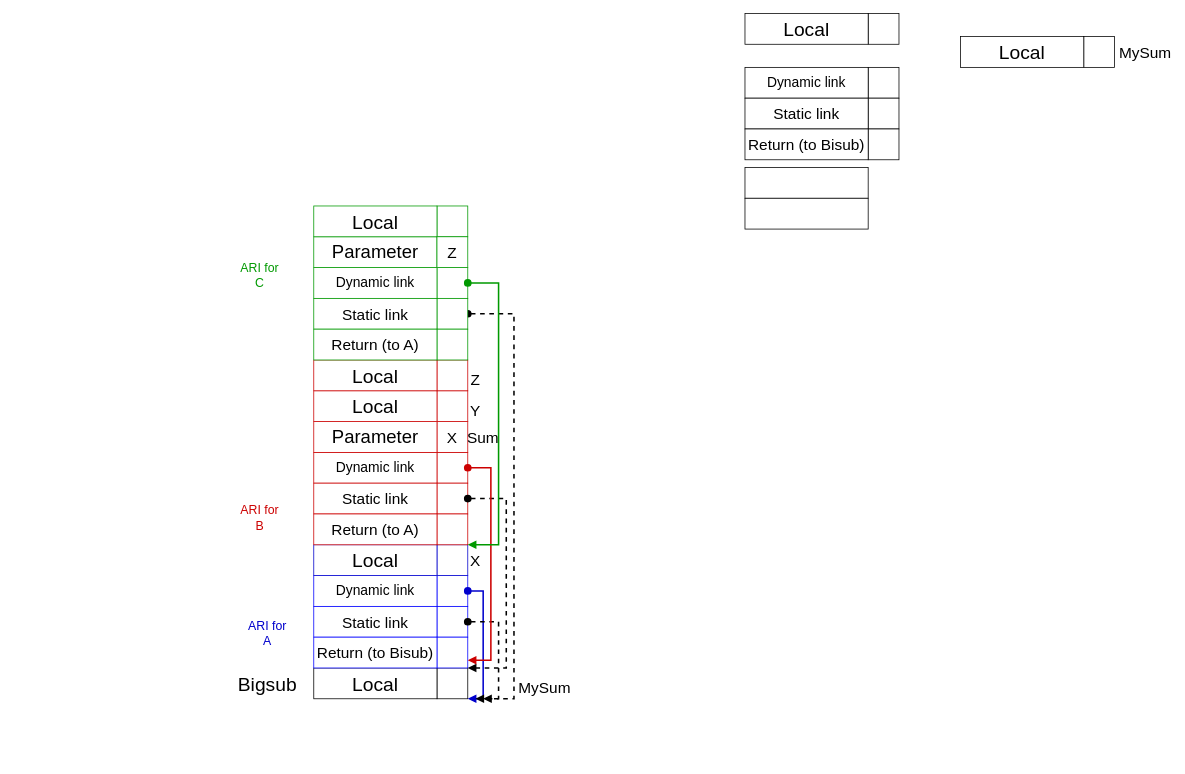
The draw.io diagram ActivationRecord.drawio in IgorBCode/cv, before the edit. Source tidied: cells renumbered, new cells numbered last; positions are measured from the earlier drawing's top-left corner, leaving out a move shared by most shapes. Both pictures are drawn from the tidied source at 77%, with x=0, y=0 at pixel (236, 13).
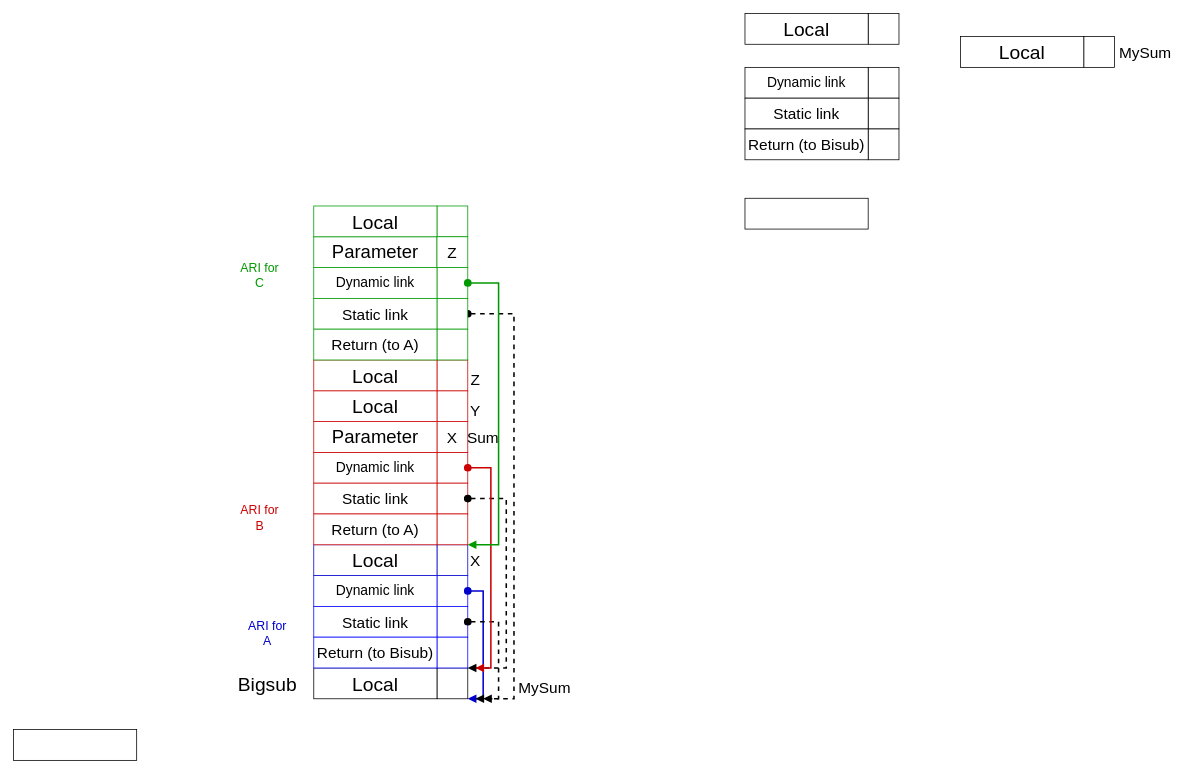
The same diagram, later.

The change refers to these unchanged cells:
```xml
<mxCell id="22" style="rounded=0;whiteSpace=wrap;html=1;strokeColor=#0000FF;" parent="1" vertex="1">
  <mxGeometry x="260" y="810" width="40" height="40" as="geometry" />
</mxCell>
<mxCell id="31" style="rounded=0;whiteSpace=wrap;html=1;strokeColor=#CC0000;" parent="1" vertex="1">
  <mxGeometry x="260" y="570" width="40" height="40" as="geometry" />
</mxCell>
```

What changed in the source:
```diff
@@
     <mxCell id="27" style="rounded=0;whiteSpace=wrap;html=1;" parent="1" vertex="1">
-      <mxGeometry x="660" y="200" width="160" height="40" as="geometry" />
+      <mxGeometry x="-290" y="930" width="160" height="40" as="geometry" />
     </mxCell>
@@
-    <mxCell id="43" style="html=1;verticalAlign=bottom;startArrow=oval;startFill=1;endArrow=block;startSize=8;curved=0;rounded=0;fontSize=12;exitX=1;exitY=0.5;exitDx=0;exitDy=0;entryX=1;entryY=0.75;entryDx=0;entryDy=0;strokeColor=#CC0000;strokeWidth=2;" parent="1" edge="1" source="31" target="22">
+    <mxCell id="43" style="html=1;verticalAlign=bottom;startArrow=oval;startFill=1;endArrow=block;startSize=8;curved=0;rounded=0;fontSize=12;exitX=1;exitY=0.5;exitDx=0;exitDy=0;strokeColor=#CC0000;strokeWidth=2;" parent="1" edge="1" source="31">
       <mxGeometry relative="1" as="geometry">
+        <mxPoint x="310" y="850" as="targetPoint" />
         <Array as="points">
           <mxPoint x="330" y="590" />
-          <mxPoint x="330" y="840" />
+          <mxPoint x="330" y="850" />
         </Array>
       </mxGeometry>
     </mxCell>
```
